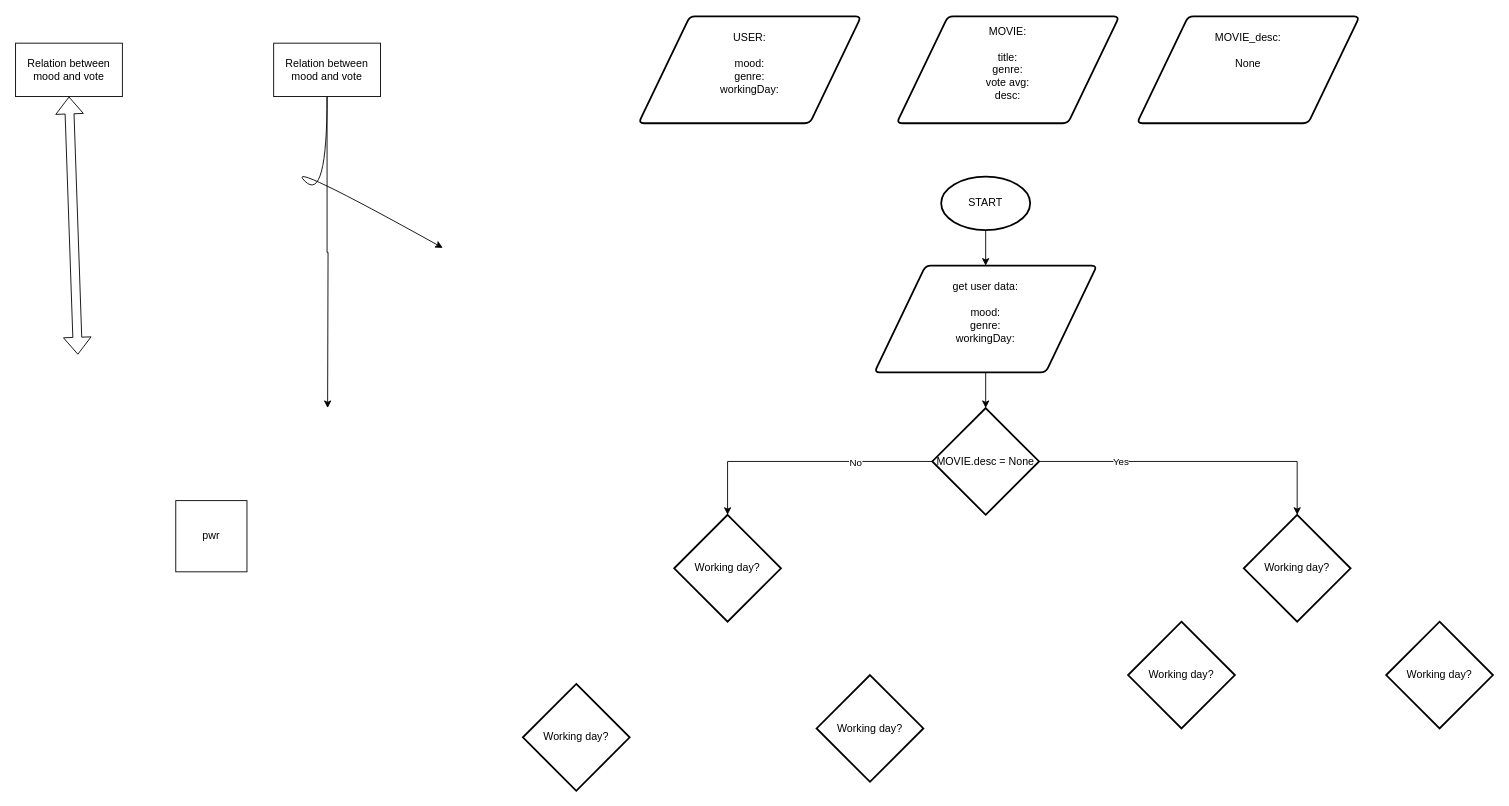
The draw.io diagram Decision_system.drawio in CodeCiepol/movie-advisor, before the edit. Source tidied: cells renumbered, new cells numbered last; positions are measured from the earlier drawing's top-left corner, leaving out a move shared by most shapes. Both pictures are drawn from the tidied source at 89%, with x=0, y=0 at pixel (15, 16).
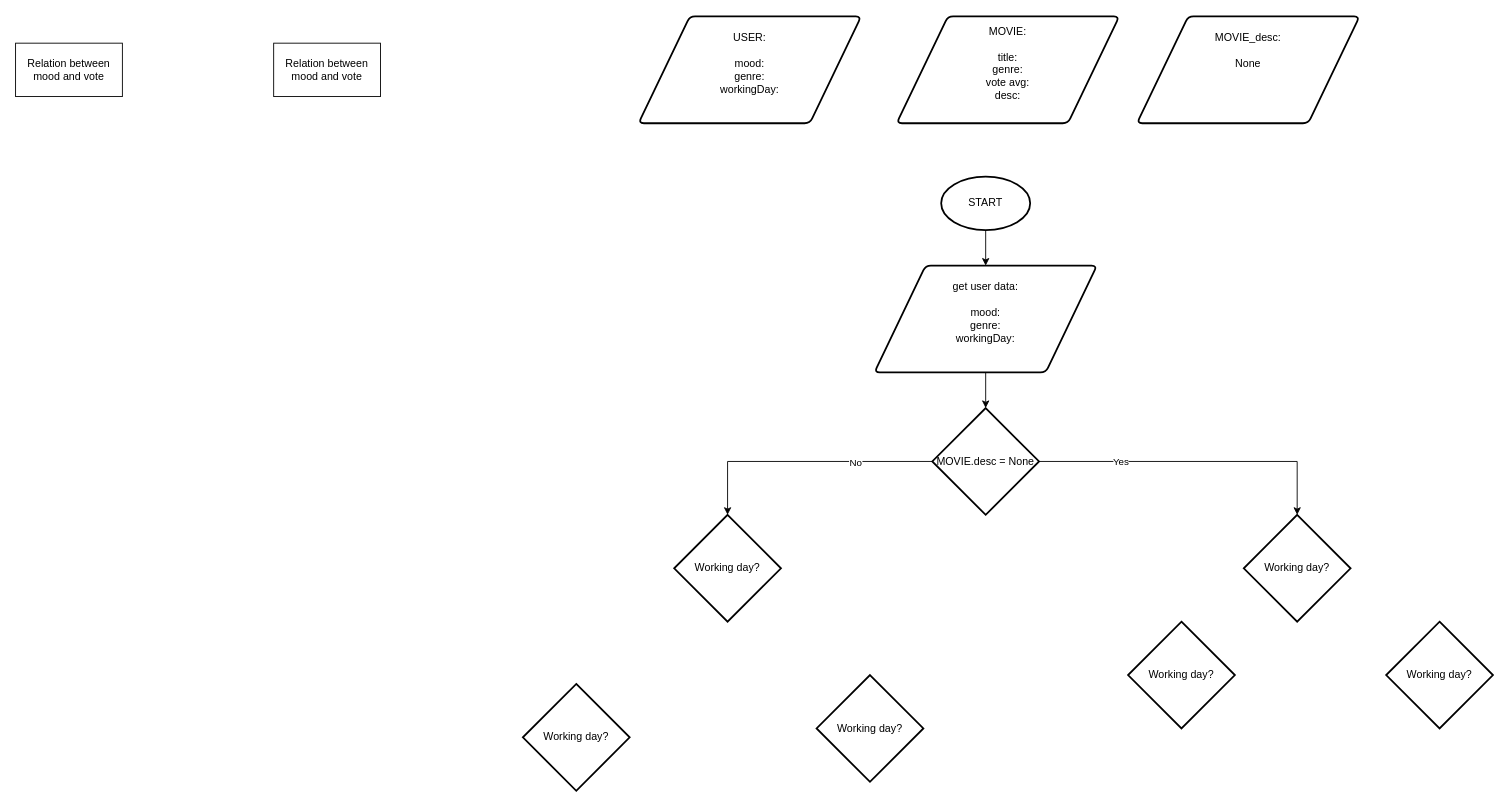
Above is the later version.

Unchanged cells that the change refers to:
```xml
<mxCell id="20" value="Relation between mood and vote" style="rounded=0;whiteSpace=wrap;html=1;" parent="1" vertex="1">
  <mxGeometry y="30" width="120" height="60" as="geometry" />
</mxCell>
<mxCell id="22" value="Relation between mood and vote" style="rounded=0;whiteSpace=wrap;html=1;" parent="1" vertex="1">
  <mxGeometry x="290" y="30" width="120" height="60" as="geometry" />
</mxCell>
```

What changed in the source:
```diff
@@
-    <mxCell id="21" style="edgeStyle=orthogonalEdgeStyle;rounded=0;jettySize=auto;html=1;exitX=0.5;exitY=1;exitDx=0;exitDy=0;" parent="1" edge="1" source="22">
-      <mxGeometry relative="1" as="geometry">
-        <mxPoint x="350.6" y="440" as="targetPoint" />
-      </mxGeometry>
-    </mxCell>
@@
-    <mxCell id="23" style="shape=flexArrow;endArrow=classic;startArrow=classic;html=1;rounded=0;entryX=0.5;entryY=1;entryDx=0;entryDy=0;" parent="1" edge="1" target="20">
-      <mxGeometry relative="1" as="geometry">
-        <mxPoint x="70" y="380" as="sourcePoint" />
-      </mxGeometry>
-    </mxCell>
-    <mxCell id="24" style="curved=1;endArrow=classic;html=1;rounded=0;exitX=0.5;exitY=1;exitDx=0;exitDy=0;" parent="1" edge="1" source="22">
-      <mxGeometry relative="1" as="geometry">
-        <mxPoint x="480" y="260" as="targetPoint" />
-        <Array as="points">
-          <mxPoint x="350" y="210" />
-          <mxPoint x="300" y="160" />
-        </Array>
-      </mxGeometry>
-    </mxCell>
-    <mxCell id="25" value="pwr" style="whiteSpace=wrap;html=1;" parent="1" vertex="1">
-      <mxGeometry x="180" y="544" width="80" height="80" as="geometry" />
-    </mxCell>
```
